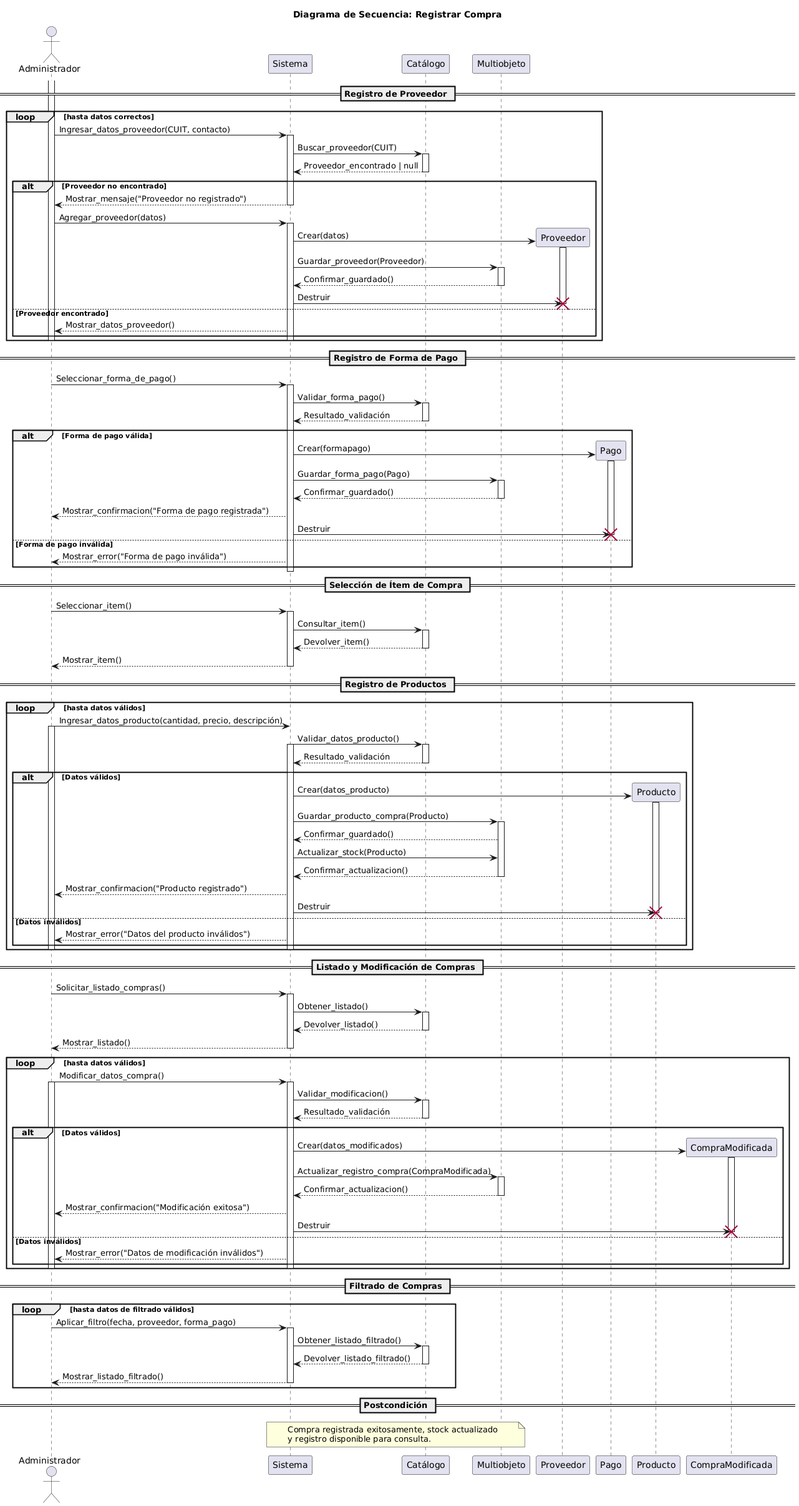
Earlier version of the PlantUML export 08-Diagrama-secuencia/compra.png (Luci1274/PPI_Proyecto_gomeria).
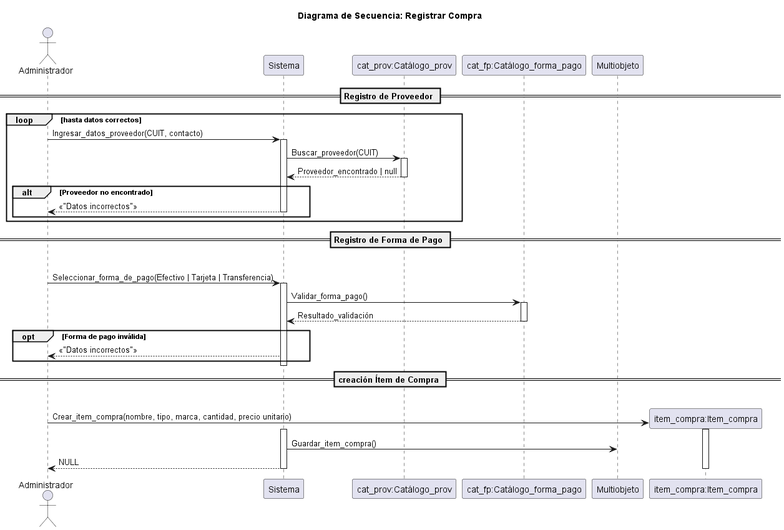
The same diagram one commit later.

The edit, as a diff of the source:
```diff
@@ -1,168 +1,50 @@
-@startuml
+@startuml compra
+
 title Diagrama de Secuencia: Registrar Compra
 
 actor Administrador
 participant Sistema
-participant "Catálogo" as Cat
+participant "cat_prov:Catálogo_prov" as Cat_prov
+participant "cat_fp:Catálogo_forma_pago" as Cat_fp
 participant "Multiobjeto" as MULT
 
 == Registro de Proveedor ==
 loop hasta datos correctos
-    activate Administrador
     Administrador -> Sistema: Ingresar_datos_proveedor(CUIT, contacto)
     activate Sistema
-    Sistema -> Cat: Buscar_proveedor(CUIT)
-    activate Cat
-    Cat --> Sistema: Proveedor_encontrado | null
-    deactivate Cat
+    Sistema -> Cat_prov: Buscar_proveedor(CUIT)
+    activate Cat_prov
+    Cat_prov --> Sistema: Proveedor_encontrado | null
+    deactivate Cat_prov
 
     alt Proveedor no encontrado
-        Sistema --> Administrador: Mostrar_mensaje("Proveedor no registrado")
+        Sistema --> Administrador: <<"Datos incorrectos">>
         deactivate Sistema
-
-        Administrador -> Sistema: Agregar_proveedor(datos)
-        activate Sistema
-        create Proveedor
-        Sistema -> Proveedor: Crear(datos)
-        activate Proveedor
-        Sistema -> MULT: Guardar_proveedor(Proveedor)
-        activate MULT
-        MULT --> Sistema: Confirmar_guardado()
-        deactivate MULT
-        Sistema -> Proveedor !!: Destruir
-        deactivate Proveedor
-    else Proveedor encontrado
-        Sistema --> Administrador: Mostrar_datos_proveedor()
     end
-    deactivate Sistema
-    deactivate Administrador
 end
 
 == Registro de Forma de Pago ==
-activate Administrador
-Administrador -> Sistema: Seleccionar_forma_de_pago()
+loop hasta seleccion valid
+Administrador -> Sistema:Seleccionar_forma_de_pago(Efectivo | Tarjeta | Transferencia)
 activate Sistema
-Sistema -> Cat: Validar_forma_pago()
-activate Cat
-Cat --> Sistema: Resultado_validación
-deactivate Cat
+Sistema -> Cat_fp: Validar_forma_pago()
+activate Cat_fp
+Cat_fp --> Sistema: Resultado_validación
+deactivate Cat_fp
 
-alt Forma de pago válida
-    create Pago
-    Sistema -> Pago: Crear(formapago)
-    activate Pago
-    Sistema -> MULT: Guardar_forma_pago(Pago)
-    activate MULT
-    MULT --> Sistema: Confirmar_guardado()
-    deactivate MULT
-    Sistema --> Administrador: Mostrar_confirmacion("Forma de pago registrada")
-    Sistema -> Pago !!: Destruir
-    deactivate Pago
-else Forma de pago inválida
-    Sistema --> Administrador: Mostrar_error("Forma de pago inválida")
+opt Forma de pago inválida
+    Sistema --> Administrador: <<"Datos incorrectos">>
 end
 deactivate Sistema
-deactivate Administrador
 
-== Selección de Ítem de Compra ==
-activate Administrador
-Administrador -> Sistema: Seleccionar_item()
-activate Sistema
-Sistema -> Cat: Consultar_item()
-activate Cat
-Cat --> Sistema: Devolver_item()
-deactivate Cat
-Sistema --> Administrador: Mostrar_item()
-deactivate Sistema
-deactivate Administrador
-
-== Registro de Productos ==
-loop hasta datos válidos
-
-    Administrador -> Sistema: Ingresar_datos_producto(cantidad, precio, descripción)
-    activate Administrador
-    Sistema -> Cat: Validar_datos_producto()
+== creación Ítem de Compra ==
+loop tantas veces como se desee
+    create "item_compra:Item_compra" as IC
+    Administrador -> IC: Crear_item_compra(nombre, tipo, marca, cantidad, precio unitario)
+    activate IC
     activate Sistema
-    activate Cat
-    Cat --> Sistema: Resultado_validación
-    deactivate Cat
-    alt Datos válidos
-        create Producto
-        Sistema -> Producto: Crear(datos_producto)
-        activate Producto
-        Sistema -> MULT: Guardar_producto_compra(Producto)
-        activate MULT
-        MULT --> Sistema: Confirmar_guardado()
-        Sistema -> MULT: Actualizar_stock(Producto)
-        MULT --> Sistema: Confirmar_actualizacion()
-        deactivate MULT
-        Sistema --> Administrador: Mostrar_confirmacion("Producto registrado")
-        Sistema -> Producto !!: Destruir
-        deactivate Producto
-    else Datos inválidos
-        Sistema --> Administrador: Mostrar_error("Datos del producto inválidos")
-    end
+    Sistema -> MULT: Guardar_item_compra()
+    Sistema --> Administrador: NULL
     deactivate Sistema
-    deactivate Administrador
-end
-
-== Listado y Modificación de Compras ==
-activate Administrador
-Administrador -> Sistema: Solicitar_listado_compras()
-activate Sistema
-Sistema -> Cat: Obtener_listado()
-activate Cat
-Cat --> Sistema: Devolver_listado()
-deactivate Cat
-Sistema --> Administrador: Mostrar_listado()
-deactivate Sistema
-deactivate Administrador
-
-loop hasta datos válidos
-
-    Administrador -> Sistema: Modificar_datos_compra()
-    activate Administrador
-    activate Sistema
-    Sistema -> Cat: Validar_modificacion()
-    activate Cat
-    Cat --> Sistema: Resultado_validación
-    deactivate Cat
-
-    alt Datos válidos
-        create CompraModificada
-        Sistema -> CompraModificada: Crear(datos_modificados)
-        activate CompraModificada
-        Sistema -> MULT: Actualizar_registro_compra(CompraModificada)
-        activate MULT
-        MULT --> Sistema: Confirmar_actualizacion()
-        deactivate MULT
-        Sistema --> Administrador: Mostrar_confirmacion("Modificación exitosa")
-        Sistema -> CompraModificada !!: Destruir
-        deactivate CompraModificada
-    else Datos inválidos
-        Sistema --> Administrador: Mostrar_error("Datos de modificación inválidos")
-    end
-    deactivate Sistema
-    deactivate Administrador
-end
-
-== Filtrado de Compras ==
-loop hasta datos de filtrado válidos
-    activate Administrador
-    Administrador -> Sistema: Aplicar_filtro(fecha, proveedor, forma_pago)
-    activate Sistema
-    Sistema -> Cat: Obtener_listado_filtrado()
-    activate Cat
-    Cat --> Sistema: Devolver_listado_filtrado()
-    deactivate Cat
-    Sistema --> Administrador: Mostrar_listado_filtrado()
-    deactivate Sistema
-    deactivate Administrador
-end
-
-== Postcondición ==
-note over Sistema, MULT
-Compra registrada exitosamente, stock actualizado
-y registro disponible para consulta.
-end note
+    deactivate IC
 @enduml
```
